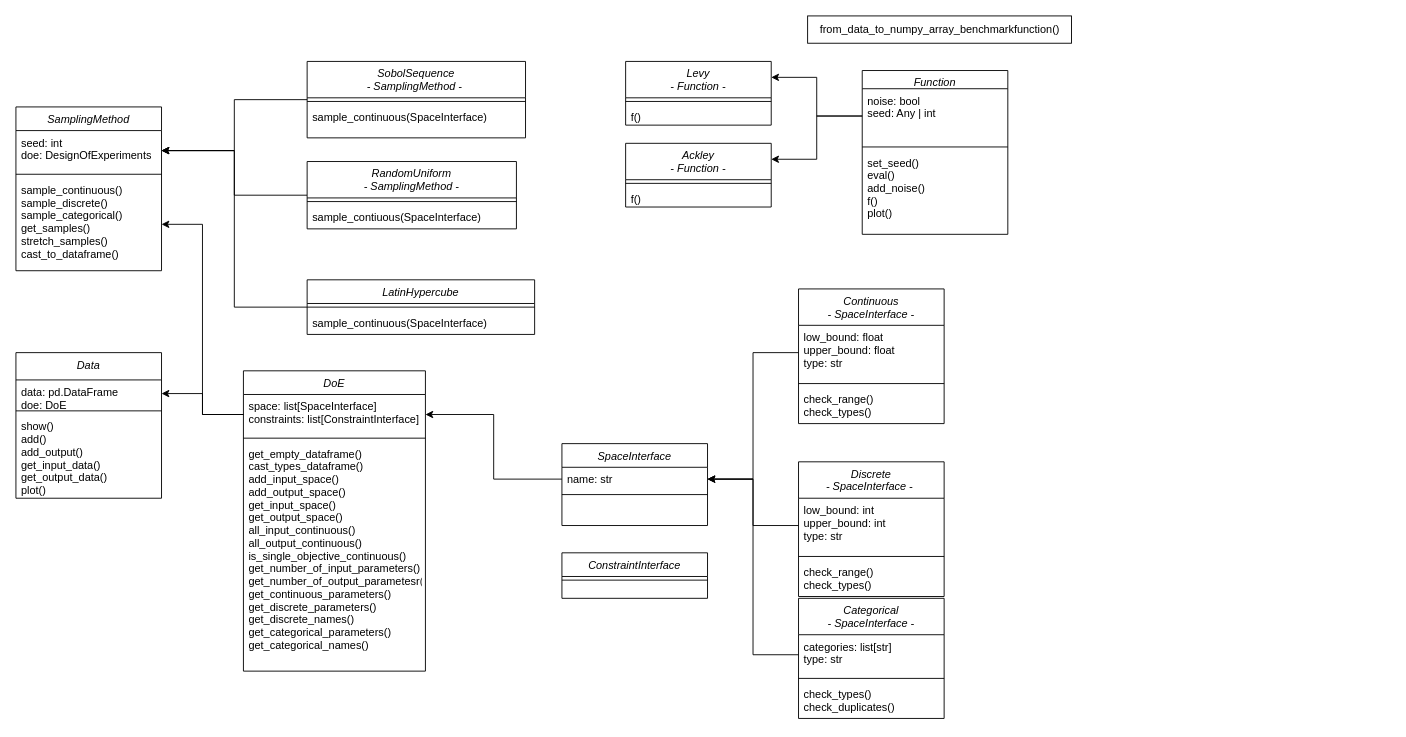
Earlier version of the draw.io diagram docs/uml/UML_overview.drawio (bessagroup/f3dasm). Source tidied: cells renumbered, new cells numbered last; positions are measured from the earlier drawing's top-left corner, leaving out a move shared by most shapes. Both pictures are drawn from the tidied source at 91%, with x=0, y=0 at pixel (15, 15).
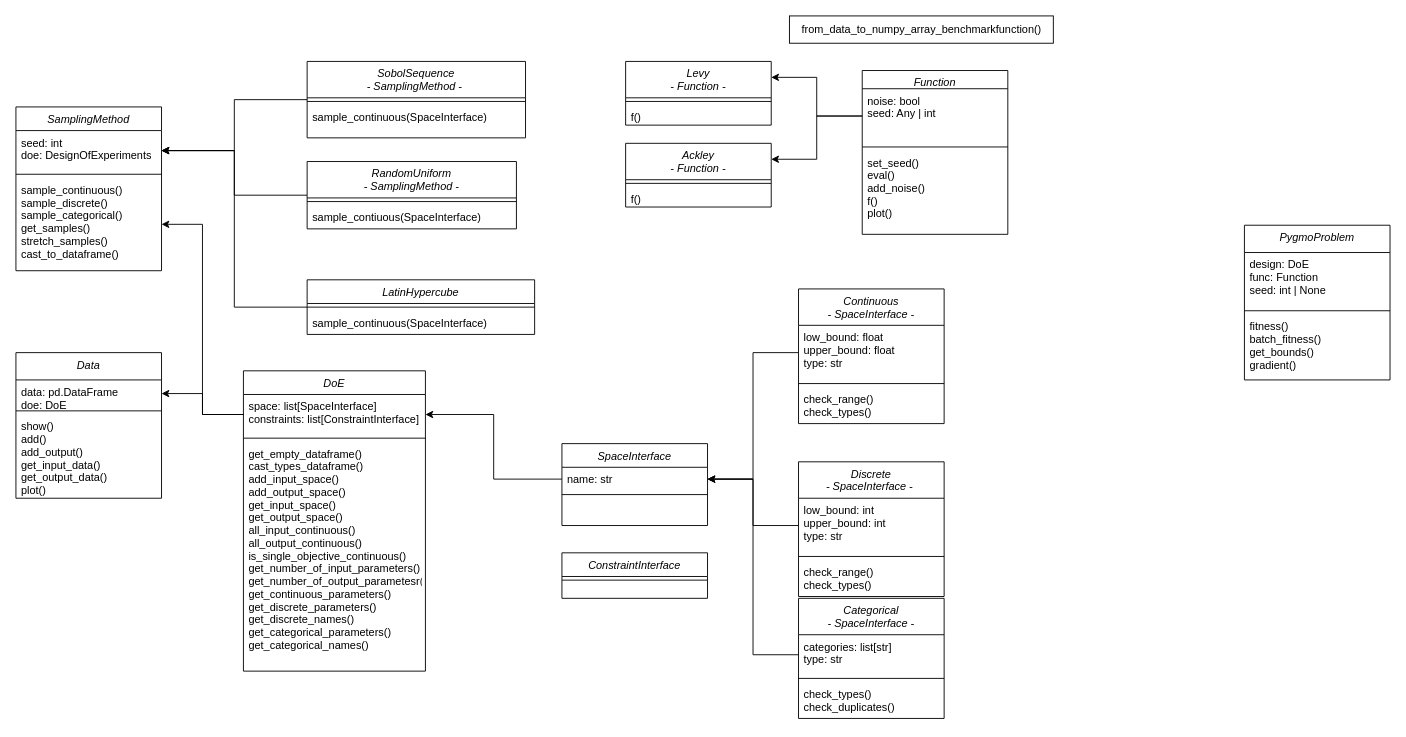
After the change.

Change to the diagram source:
```diff
@@
     <mxCell id="57" value="from_data_to_numpy_array_benchmarkfunction()" style="html=1;" parent="1" vertex="1">
-      <mxGeometry x="870" width="290" height="30" as="geometry" />
+      <mxGeometry x="850" width="290" height="30" as="geometry" />
     </mxCell>
@@
+    <mxCell id="62" value="PygmoProblem" style="swimlane;fontStyle=2;align=center;verticalAlign=top;horizontal=1;startSize=30;rounded=0;shadow=0;strokeWidth=1;" parent="1" vertex="1">
+      <mxGeometry x="1350" y="230" width="160" height="170" as="geometry" />
+    </mxCell>
+    <mxCell id="63" value="design: DoE&#10;func: Function&#10;seed: int | None" style="text;align=left;verticalAlign=top;spacingLeft=4;spacingRight=4;overflow=hidden;rounded=0;shadow=0;html=0;" parent="62" vertex="1">
+      <mxGeometry y="30" width="160" height="60" as="geometry" />
+    </mxCell>
+    <mxCell id="64" style="line;html=1;strokeWidth=1;align=left;verticalAlign=middle;spacingTop=-1;spacingLeft=3;spacingRight=3;labelPosition=right;" parent="62" vertex="1">
+      <mxGeometry y="90" width="160" height="8" as="geometry" />
+    </mxCell>
+    <mxCell id="65" value="fitness()&#10;batch_fitness()&#10;get_bounds()&#10;gradient()" style="text;align=left;verticalAlign=top;spacingLeft=4;spacingRight=4;overflow=hidden;" parent="62" vertex="1">
+      <mxGeometry y="98" width="160" height="62" as="geometry" />
+    </mxCell>
```
